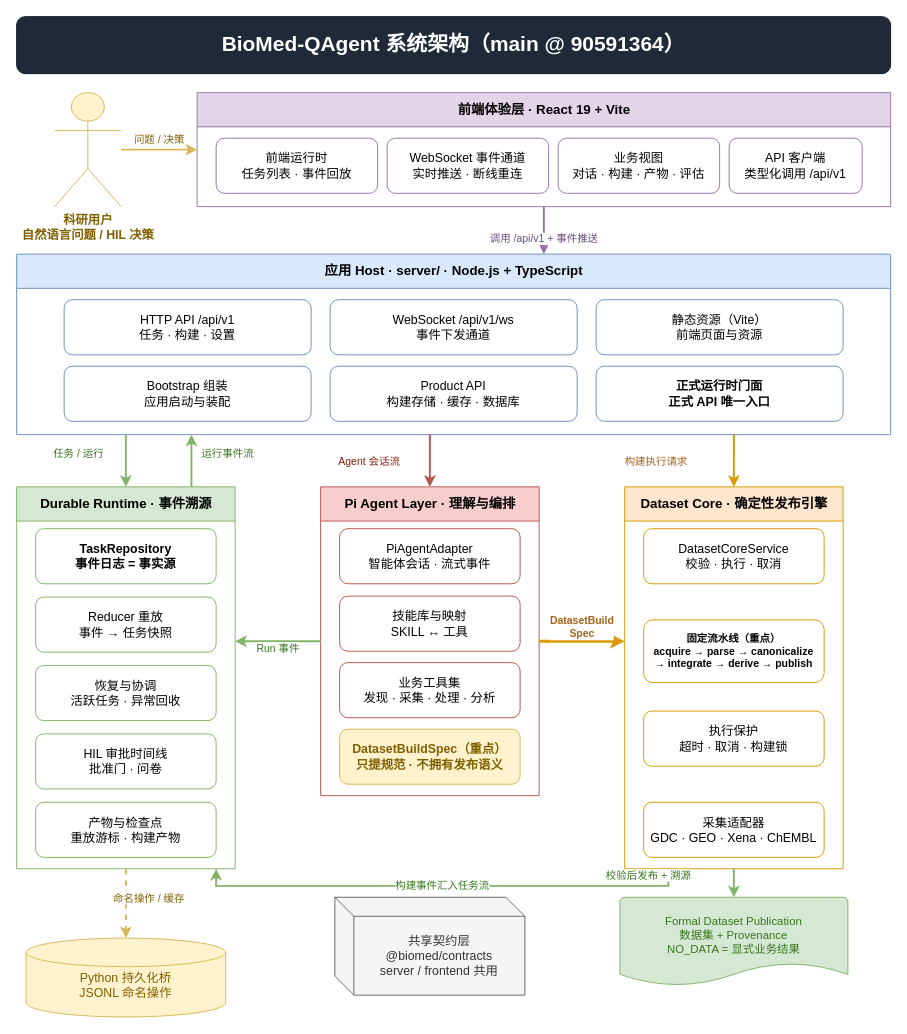
The draw.io diagram docs/architecture/biomed-qagent-main.drawio in Lidozs55/BioMed-QAgent, before the edit. Source tidied: cells renumbered, new cells numbered last; positions are measured from the earlier drawing's top-left corner, leaving out a move shared by most shapes. Both pictures are drawn from the tidied source at 95%, with x=0, y=0 at pixel (16, 16).
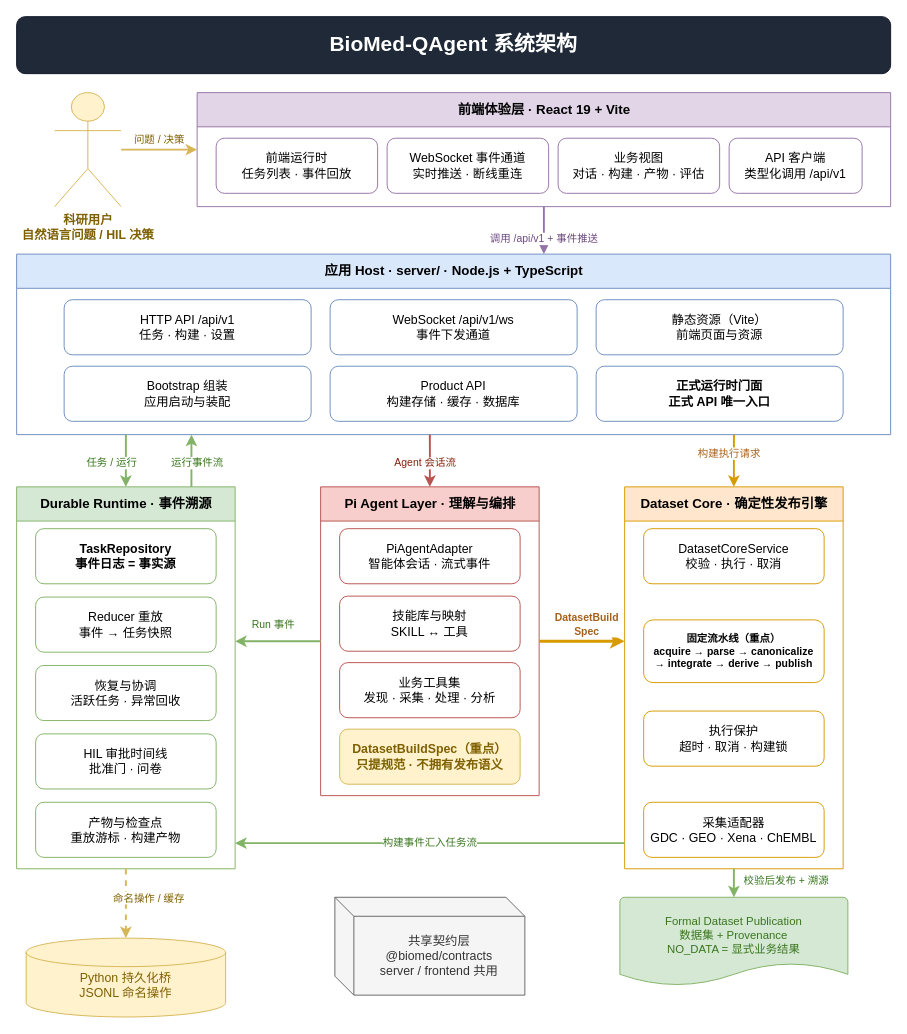
Above is the later version.

Commit message:
docs(architecture): update BioMed-QAgent main architecture diagram

- Update drawio diagram with refined layout and formatting
- Remove commit hash from title for cleaner presentation
- Adjust canvas dimensions and element positioning

The change refers to these unchanged cells:
```xml
<mxCell id="9" value="应用 Host · server/ · Node.js + TypeScript" style="swimlane;startSize=36;horizontal=1;fillColor=#dae8fc;strokeColor=#6c8ebf;fontSize=14;fontStyle=1;html=1;" parent="1" vertex="1">
  <mxGeometry y="250" width="920" height="190" as="geometry" />
</mxCell>
<mxCell id="16" value="Durable Runtime · 事件溯源" style="swimlane;startSize=36;horizontal=1;fillColor=#d5e8d4;strokeColor=#82b366;fontSize=14;fontStyle=1;html=1;" parent="1" vertex="1">
  <mxGeometry y="495" width="230" height="402" as="geometry" />
</mxCell>
<mxCell id="22" value="Pi Agent Layer · 理解与编排" style="swimlane;startSize=36;horizontal=1;fillColor=#f8cecc;strokeColor=#b85450;fontSize=14;fontStyle=1;html=1;" parent="1" vertex="1">
  <mxGeometry x="320" y="495" width="230" height="325" as="geometry" />
</mxCell>
<mxCell id="27" value="Dataset Core · 确定性发布引擎" style="swimlane;startSize=36;horizontal=1;fillColor=#ffe6cc;strokeColor=#d79b00;fontSize=14;fontStyle=1;html=1;" parent="1" vertex="1">
  <mxGeometry x="640" y="495" width="230" height="402" as="geometry" />
</mxCell>
<mxCell id="34" value="Formal Dataset Publication&lt;br&gt;数据集 + Provenance&lt;br&gt;NO_DATA = 显式业务结果&lt;div&gt;&lt;br&gt;&lt;/div&gt;" style="shape=mxgraph.flowchart.document2;whiteSpace=wrap;html=1;size=0.255896805549761;fillColor=#d5e8d4;strokeColor=#82b366;fontSize=12;fontColor=#38761d;" parent="1" vertex="1">
  <mxGeometry x="635" y="927" width="240" height="93" as="geometry" />
</mxCell>
```

The edit, as a diff of the source:
```diff
@@
-    <mxCell id="2" value="BioMed-QAgent 系统架构（main @ 90591364）" style="rounded=1;whiteSpace=wrap;html=1;fillColor=#1f2937;strokeColor=#111827;fontColor=#ffffff;fontSize=22;fontStyle=1;" parent="1" vertex="1">
+    <mxCell id="2" value="BioMed-QAgent 系统架构" style="rounded=1;whiteSpace=wrap;html=1;fillColor=#1f2937;strokeColor=#111827;fontColor=#ffffff;fontSize=22;fontStyle=1;" parent="1" vertex="1">
       <mxGeometry width="920" height="60" as="geometry" />
     </mxCell>
@@
     <mxCell id="37" value="任务 / 运行" style="edgeStyle=orthogonalEdgeStyle;rounded=0;jettySize=auto;html=1;strokeWidth=2;strokeColor=#82b366;endArrow=classic;fontSize=11;fontColor=#38761d;labelBackgroundColor=#ffffff;exitX=0.125;exitY=1;exitDx=0;exitDy=0;entryX=0.5;entryY=0;entryDx=0;entryDy=0;" parent="1" edge="1" source="9" target="16">
-      <mxGeometry x="-0.27" y="-50" relative="1" as="geometry" />
+      <mxGeometry x="0.09" y="-15" relative="1" as="geometry" />
     </mxCell>
     <mxCell id="38" value="运行事件流" style="edgeStyle=orthogonalEdgeStyle;rounded=0;jettySize=auto;html=1;strokeWidth=2;strokeColor=#82b366;endArrow=classic;fontSize=11;fontColor=#38761d;labelBackgroundColor=#ffffff;exitX=0.8;exitY=0;exitDx=0;exitDy=0;entryX=0.2;entryY=1;entryDx=0;entryDy=0;" parent="1" edge="1" source="16" target="9">
-      <mxGeometry x="0.27" y="-38" relative="1" as="geometry" />
+      <mxGeometry x="-0.09" y="-6" relative="1" as="geometry" />
     </mxCell>
     <mxCell id="39" value="Agent 会话流" style="edgeStyle=orthogonalEdgeStyle;rounded=0;jettySize=auto;html=1;strokeWidth=2;strokeColor=#b85450;endArrow=classic;fontSize=11;fontColor=#85200c;labelBackgroundColor=#ffffff;exitX=0.4728;exitY=1;exitDx=0;exitDy=0;entryX=0.5;entryY=0;entryDx=0;entryDy=0;" parent="1" edge="1" source="9" target="22">
-      <mxGeometry relative="1" as="geometry">
-        <mxPoint x="-64" as="offset" />
-      </mxGeometry>
+      <mxGeometry x="0.09" y="-5" relative="1" as="geometry" />
     </mxCell>
     <mxCell id="40" value="构建执行请求" style="edgeStyle=orthogonalEdgeStyle;rounded=0;jettySize=auto;html=1;strokeWidth=2;strokeColor=#d79b00;endArrow=classic;fontSize=11;fontColor=#a6611a;labelBackgroundColor=#ffffff;exitX=0.8207;exitY=1;exitDx=0;exitDy=0;entryX=0.5;entryY=0;entryDx=0;entryDy=0;" parent="1" edge="1" source="9" target="27">
-      <mxGeometry relative="1" as="geometry">
-        <mxPoint x="-82" as="offset" />
-      </mxGeometry>
+      <mxGeometry x="-0.27" y="-5" relative="1" as="geometry" />
     </mxCell>
     <mxCell id="41" value="Run 事件" style="edgeStyle=orthogonalEdgeStyle;rounded=0;jettySize=auto;html=1;strokeWidth=2;strokeColor=#82b366;endArrow=classic;fontSize=11;fontColor=#38761d;labelBackgroundColor=#ffffff;exitX=0;exitY=0.5;exitDx=0;exitDy=0;entryX=1;entryY=0.4042;entryDx=0;entryDy=0;" parent="1" edge="1" source="22" target="16">
-      <mxGeometry relative="1" as="geometry">
-        <mxPoint y="8" as="offset" />
-      </mxGeometry>
+      <mxGeometry x="0.11" y="-17" relative="1" as="geometry" />
     </mxCell>
     <mxCell id="42" value="DatasetBuild&#10;Spec" style="edgeStyle=orthogonalEdgeStyle;rounded=0;jettySize=auto;html=1;strokeWidth=3;strokeColor=#d79b00;endArrow=classic;fontSize=11;fontColor=#a6611a;fontStyle=1;labelBackgroundColor=#ffffff;exitX=1;exitY=0.5;exitDx=0;exitDy=0;entryX=0;entryY=0.4042;entryDx=0;entryDy=0;" parent="1" edge="1" source="22" target="27">
-      <mxGeometry relative="1" as="geometry">
-        <mxPoint y="-14" as="offset" />
-      </mxGeometry>
+      <mxGeometry x="0.11" y="17" relative="1" as="geometry" />
     </mxCell>
-    <mxCell id="43" value="构建事件汇入任务流" style="edgeStyle=orthogonalEdgeStyle;rounded=0;jettySize=auto;html=1;strokeWidth=2;strokeColor=#82b366;endArrow=classic;fontSize=11;fontColor=#38761d;labelBackgroundColor=#ffffff;exitX=0.2;exitY=1;exitDx=0;exitDy=0;entryX=0.913;entryY=1;entryDx=0;entryDy=0;" parent="1" edge="1" source="27" target="16">
+    <mxCell id="43" value="构建事件汇入任务流" style="edgeStyle=orthogonalEdgeStyle;rounded=0;orthogonalLoop=1;jettySize=auto;html=1;strokeWidth=2;strokeColor=#82b366;endArrow=classic;fontSize=11;fontColor=#38761d;labelBackgroundColor=#ffffff;" parent="1" edge="1">
       <mxGeometry relative="1" as="geometry">
+        <mxPoint x="640" y="870" as="sourcePoint" />
+        <mxPoint x="230" y="870" as="targetPoint" />
         <Array as="points">
-          <mxPoint x="686" y="915" />
-          <mxPoint x="210" y="915" />
+          <mxPoint x="640" y="870" />
         </Array>
       </mxGeometry>
     </mxCell>
@@
     <mxCell id="45" value="校验后发布 + 溯源" style="edgeStyle=orthogonalEdgeStyle;rounded=0;jettySize=auto;html=1;strokeWidth=2;strokeColor=#82b366;endArrow=classic;fontSize=11;fontColor=#38761d;labelBackgroundColor=#ffffff;exitX=0.5;exitY=1;exitDx=0;exitDy=0;entryX=0.5;entryY=0;entryDx=0;entryDy=0;" parent="1" edge="1" source="27" target="34">
-      <mxGeometry relative="1" as="geometry">
-        <mxPoint x="-90" y="-8" as="offset" />
-      </mxGeometry>
+      <mxGeometry x="-0.13" y="55" relative="1" as="geometry" />
     </mxCell>
```
